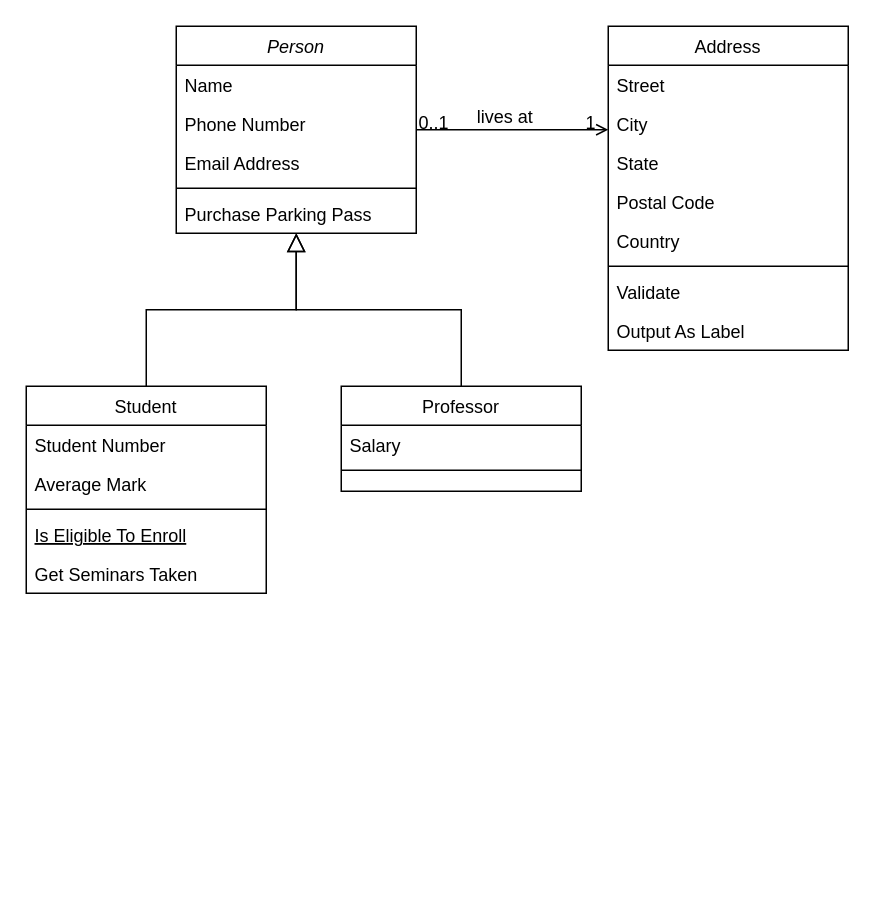
Above: 未命名绘图.drawio in huntolor/996Quant (draw.io), before the change. Source tidied: cells renumbered, new cells numbered last; positions are measured from the earlier drawing's top-left corner, leaving out a move shared by most shapes. Both pictures are drawn from the tidied source at 150%, with x=0, y=0 at pixel (26, 26).
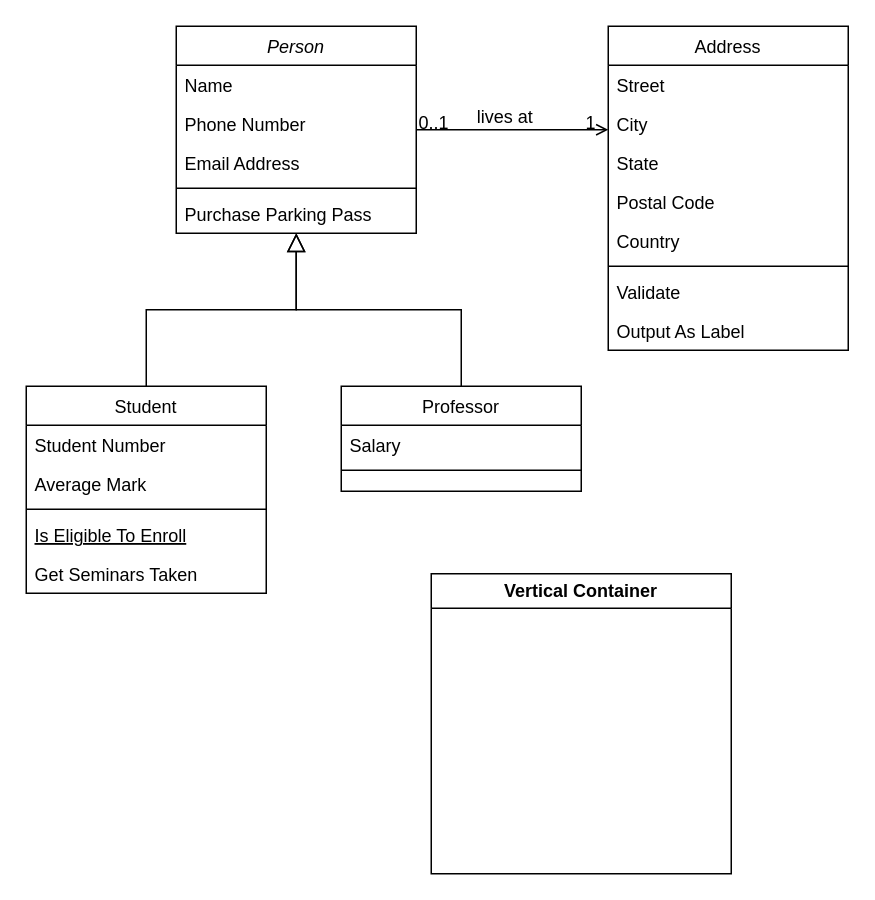
The same diagram, later.

Commit message:
更新未命名绘图.drawio

The edit, as a diff of the source:
```diff
@@
+    <mxCell id="32" value="Vertical Container" style="swimlane;whiteSpace=wrap;html=1;" parent="1" vertex="1">
+      <mxGeometry x="270" y="365" width="200" height="200" as="geometry" />
+    </mxCell>
```
